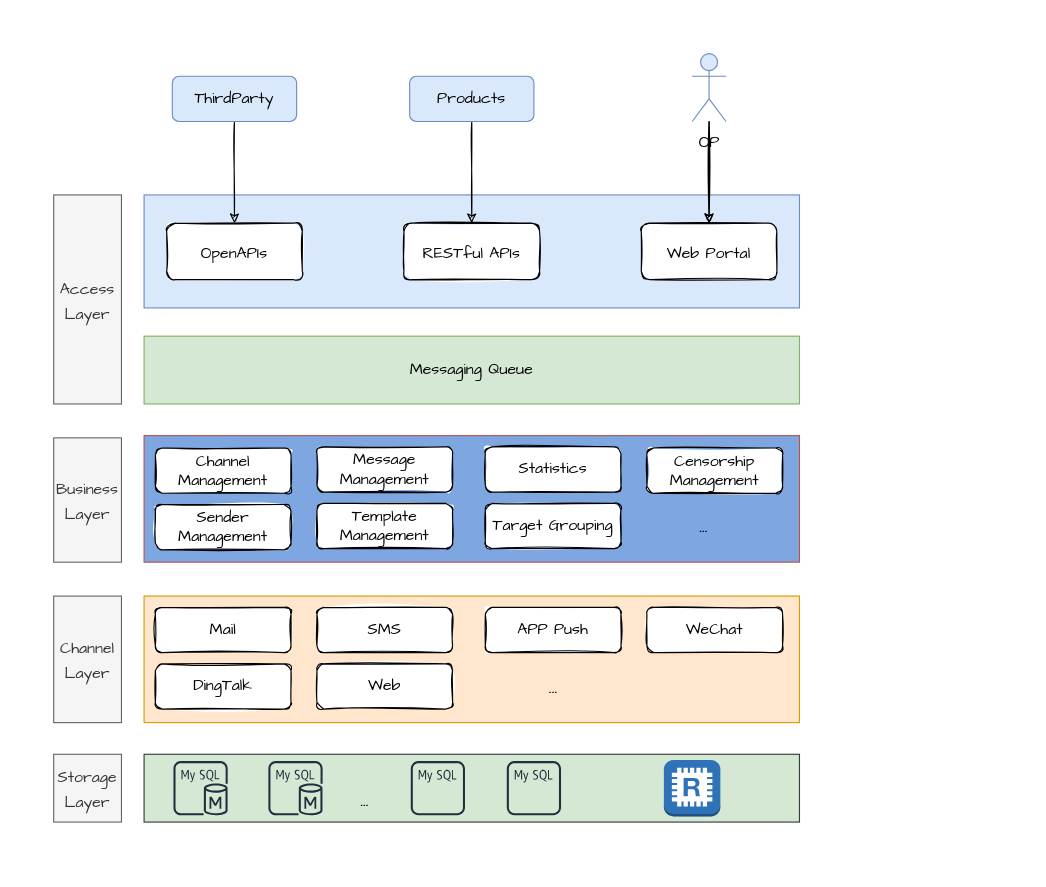
Earlier version of the draw.io diagram MSP.drawio (yindongjun/gangzhang.github.io). Source tidied: cells renumbered, new cells numbered last; positions are measured from the earlier drawing's top-left corner, leaving out a move shared by most shapes. Both pictures are drawn from the tidied source at 113%, with x=0, y=0 at pixel (53, 53). Pictures stored in the file or linked from it are replaced by grey dashed boxes.
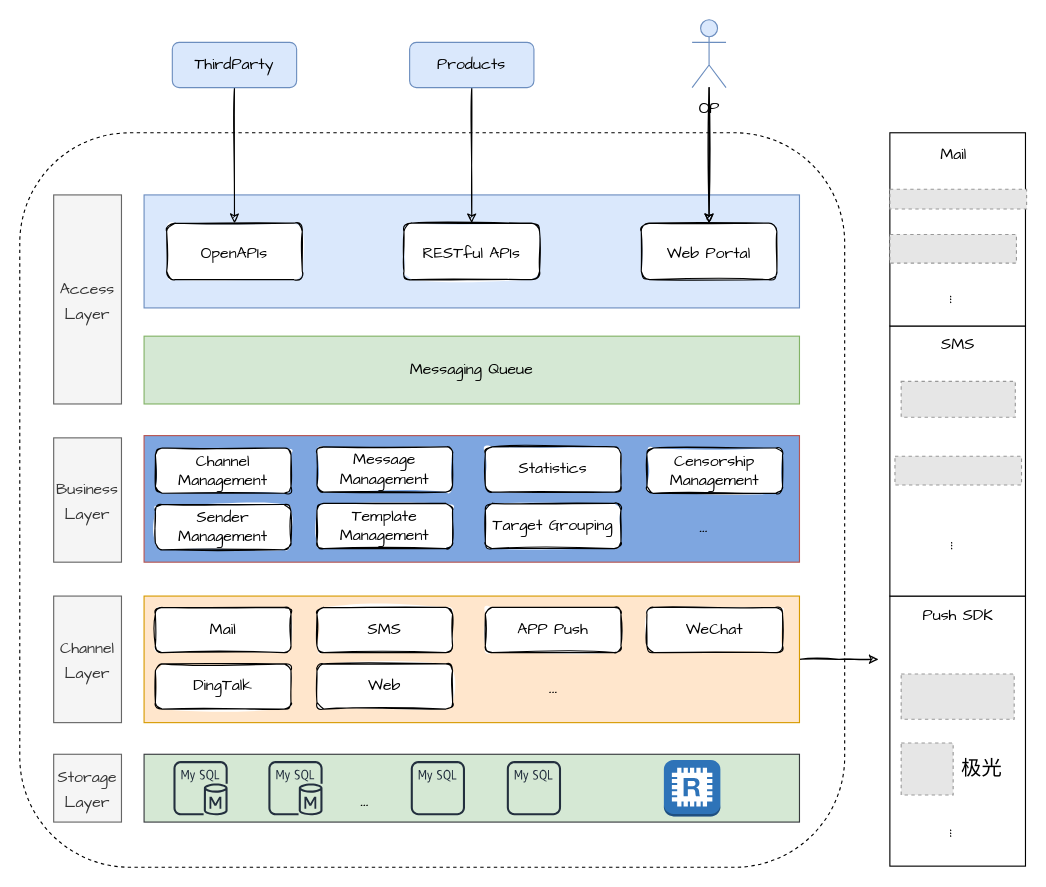
After the change.

Unchanged cells that the change refers to:
```xml
<mxCell id="24" style="rounded=0;whiteSpace=wrap;html=1;sketch=0;fontFamily=Comic Sans MS;fontSize=14;fillColor=#ffe6cc;strokeColor=#d79b00;" parent="1" vertex="1">
  <mxGeometry x="80" y="480" width="580" height="112" as="geometry" />
</mxCell>
```

Change to the diagram source:
```diff
@@
+    <mxCell id="42" style="rounded=1;whiteSpace=wrap;html=1;labelBackgroundColor=none;sketch=0;fontFamily=Comic Sans MS;fontSize=14;fontColor=none;strokeColor=#000000;fillColor=default;dashed=1;" parent="1" vertex="1">
+      <mxGeometry x="-30" y="70" width="730" height="650" as="geometry" />
+    </mxCell>
@@
     <mxCell id="5" value="&lt;font style=&quot;font-size: 14px;&quot; face=&quot;Comic Sans MS&quot;&gt;Products&lt;/font&gt;" style="rounded=1;whiteSpace=wrap;html=1;sketch=0;rotation=0;fillColor=#dae8fc;strokeColor=#6c8ebf;" parent="1" vertex="1">
-      <mxGeometry x="315" y="20" width="110" height="40" as="geometry" />
+      <mxGeometry x="315" y="-10" width="110" height="40" as="geometry" />
     </mxCell>
@@
     <mxCell id="8" value="&lt;font style=&quot;font-size: 14px;&quot;&gt;OP&lt;/font&gt;" style="shape=umlActor;verticalLabelPosition=bottom;verticalAlign=top;html=1;outlineConnect=0;sketch=0;fontFamily=Comic Sans MS;fontSize=18;fillColor=#dae8fc;strokeColor=#6c8ebf;" parent="1" vertex="1">
-      <mxGeometry x="565" width="30" height="60" as="geometry" />
+      <mxGeometry x="565" y="-30" width="30" height="60" as="geometry" />
     </mxCell>
@@
     <mxCell id="13" value="&lt;font style=&quot;font-size: 14px;&quot; face=&quot;Comic Sans MS&quot;&gt;ThirdParty&lt;/font&gt;" style="rounded=1;whiteSpace=wrap;html=1;sketch=0;rotation=0;fillColor=#dae8fc;strokeColor=#6c8ebf;" parent="1" vertex="1">
-      <mxGeometry x="105" y="20" width="110" height="40" as="geometry" />
+      <mxGeometry x="105" y="-10" width="110" height="40" as="geometry" />
     </mxCell>
@@
+    <mxCell id="43" style="edgeStyle=orthogonalEdgeStyle;rounded=0;sketch=1;jettySize=auto;html=1;fontFamily=Comic Sans MS;fontSize=18;fontColor=none;" parent="1" edge="1" source="24">
+      <mxGeometry relative="1" as="geometry">
+        <mxPoint x="730" y="536" as="targetPoint" />
+      </mxGeometry>
+    </mxCell>
@@
+    <mxCell id="44" style="rounded=0;whiteSpace=wrap;html=1;labelBackgroundColor=none;sketch=0;fontFamily=Comic Sans MS;fontSize=14;fontColor=none;strokeColor=#000000;fillColor=default;" parent="1" vertex="1">
+      <mxGeometry x="740" y="480" width="120" height="239" as="geometry" />
+    </mxCell>
+    <mxCell id="45" value="Push SDK" style="text;html=1;align=center;verticalAlign=middle;strokeColor=none;fillColor=none;fontSize=14;fontFamily=Comic Sans MS;fontColor=none;" parent="1" vertex="1">
+      <mxGeometry x="760" y="488" width="80" height="20" as="geometry" />
+    </mxCell>
+    <mxCell id="46" style="fillColor=#E6E6E6;strokeColor=#999999;dashed=1;verticalLabelPosition=bottom;labelBackgroundColor=default;verticalAlign=top;" parent="1" vertex="1">
+      <mxGeometry x="750" y="549" width="100" height="40" as="geometry" />
+    </mxCell>
+    <mxCell id="47" style="fillColor=#E6E6E6;strokeColor=#999999;dashed=1;verticalLabelPosition=bottom;labelBackgroundColor=default;verticalAlign=top;" parent="1" vertex="1">
+      <mxGeometry x="750" y="610" width="46" height="46" as="geometry" />
+    </mxCell>
+    <mxCell id="48" value="&lt;font style=&quot;font-size: 18px;&quot;&gt;极光&lt;/font&gt;" style="text;html=1;align=center;verticalAlign=middle;strokeColor=none;fillColor=none;fontSize=14;fontFamily=Comic Sans MS;fontColor=none;" parent="1" vertex="1">
+      <mxGeometry x="796" y="623" width="50" height="20" as="geometry" />
+    </mxCell>
+    <mxCell id="49" value="..." style="text;html=1;align=center;verticalAlign=middle;strokeColor=none;fillColor=none;fontSize=18;fontFamily=Comic Sans MS;fontColor=none;rotation=90;" parent="1" vertex="1">
+      <mxGeometry x="785" y="675" width="30" height="30" as="geometry" />
+    </mxCell>
+    <mxCell id="50" style="rounded=0;whiteSpace=wrap;html=1;labelBackgroundColor=none;sketch=0;fontFamily=Comic Sans MS;fontSize=14;fontColor=none;strokeColor=#000000;fillColor=default;" parent="1" vertex="1">
+      <mxGeometry x="740" y="241" width="120" height="239" as="geometry" />
+    </mxCell>
+    <mxCell id="51" value="&lt;font style=&quot;font-size: 14px;&quot;&gt;SMS&lt;/font&gt;" style="text;html=1;align=center;verticalAlign=middle;strokeColor=none;fillColor=none;fontSize=18;fontFamily=Comic Sans MS;fontColor=none;" parent="1" vertex="1">
+      <mxGeometry x="775" y="241" width="50" height="30" as="geometry" />
+    </mxCell>
+    <mxCell id="52" style="fillColor=#E6E6E6;strokeColor=#999999;dashed=1;verticalLabelPosition=bottom;labelBackgroundColor=default;verticalAlign=top;" parent="1" vertex="1">
+      <mxGeometry x="750" y="290" width="101" height="31.7" as="geometry" />
+    </mxCell>
+    <mxCell id="53" style="fillColor=#E6E6E6;strokeColor=#999999;dashed=1;verticalLabelPosition=bottom;labelBackgroundColor=default;verticalAlign=top;" parent="1" vertex="1">
+      <mxGeometry x="744.5" y="356.3" width="112" height="25.4" as="geometry" />
+    </mxCell>
+    <mxCell id="54" value="..." style="text;html=1;align=center;verticalAlign=middle;strokeColor=none;fillColor=none;fontSize=18;fontFamily=Comic Sans MS;fontColor=none;rotation=90;" parent="1" vertex="1">
+      <mxGeometry x="785.5" y="420" width="30" height="30" as="geometry" />
+    </mxCell>
+    <mxCell id="55" style="rounded=0;whiteSpace=wrap;html=1;labelBackgroundColor=none;sketch=0;fontFamily=Comic Sans MS;fontSize=14;fontColor=none;strokeColor=#000000;fillColor=default;" parent="1" vertex="1">
+      <mxGeometry x="740" y="70" width="120" height="171" as="geometry" />
+    </mxCell>
+    <mxCell id="56" value="Mail" style="text;html=1;align=center;verticalAlign=middle;strokeColor=none;fillColor=none;fontSize=14;fontFamily=Comic Sans MS;fontColor=none;" parent="1" vertex="1">
+      <mxGeometry x="775.5" y="80" width="40" height="20" as="geometry" />
+    </mxCell>
+    <mxCell id="57" style="fillColor=#E6E6E6;strokeColor=#999999;dashed=1;verticalLabelPosition=bottom;labelBackgroundColor=default;verticalAlign=top;" parent="1" vertex="1">
+      <mxGeometry x="740" y="120" width="121" height="17.5" as="geometry" />
+    </mxCell>
+    <mxCell id="58" style="fillColor=#E6E6E6;strokeColor=#999999;dashed=1;verticalLabelPosition=bottom;labelBackgroundColor=default;verticalAlign=top;" parent="1" vertex="1">
+      <mxGeometry x="740" y="160" width="112" height="25.4" as="geometry" />
+    </mxCell>
+    <mxCell id="59" value="..." style="text;html=1;align=center;verticalAlign=middle;strokeColor=none;fillColor=none;fontSize=18;fontFamily=Comic Sans MS;fontColor=none;rotation=90;" parent="1" vertex="1">
+      <mxGeometry x="785" y="202.5" width="30" height="30" as="geometry" />
+    </mxCell>
```
